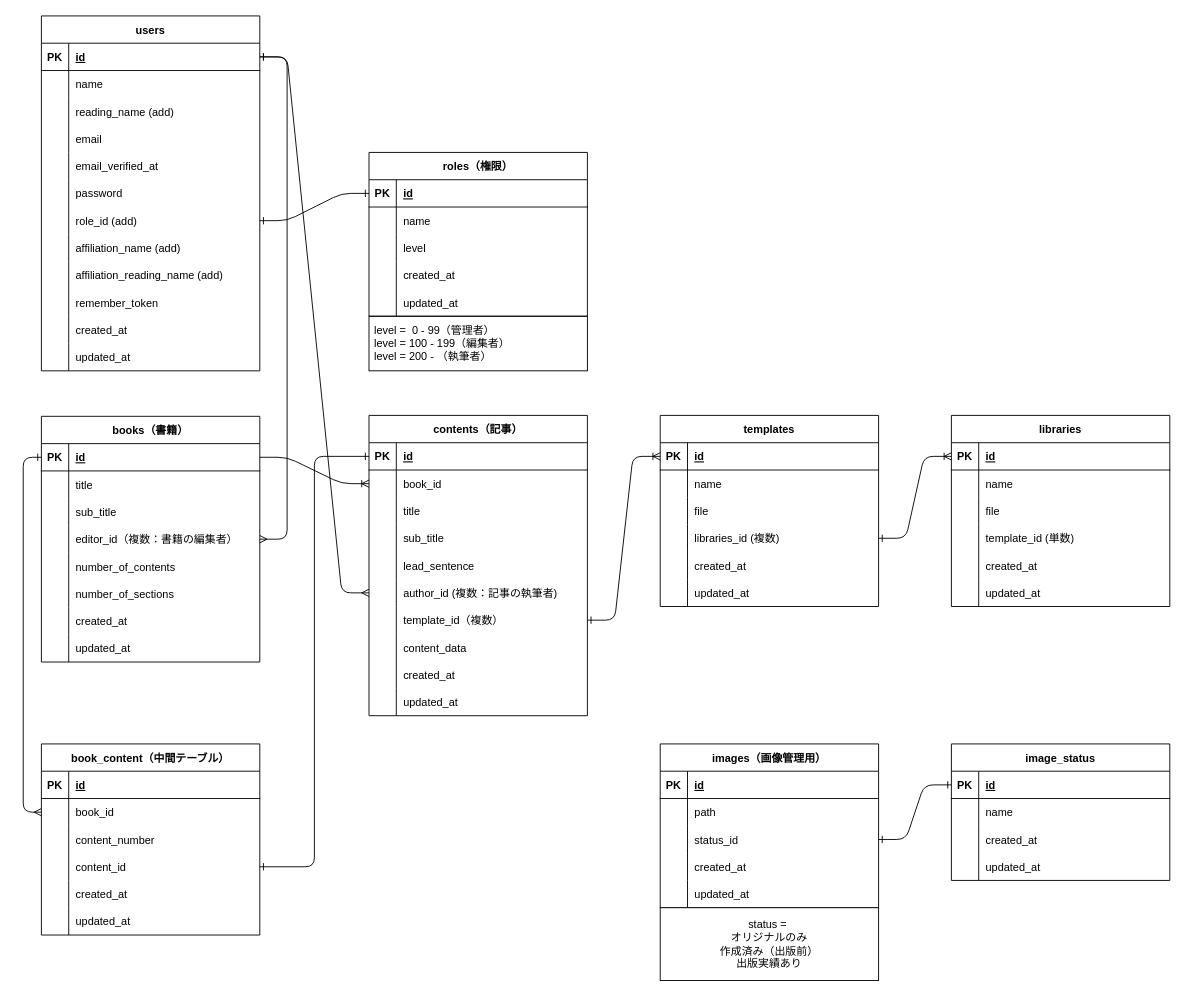
The draw.io diagram _documents/BookWriterDB.drawio in nishi3da/book-writer, before the edit. Source tidied: cells renumbered, new cells numbered last; positions are measured from the earlier drawing's top-left corner, leaving out a move shared by most shapes. Both pictures are drawn from the tidied source at 91%, with x=0, y=0 at pixel (23, 15).
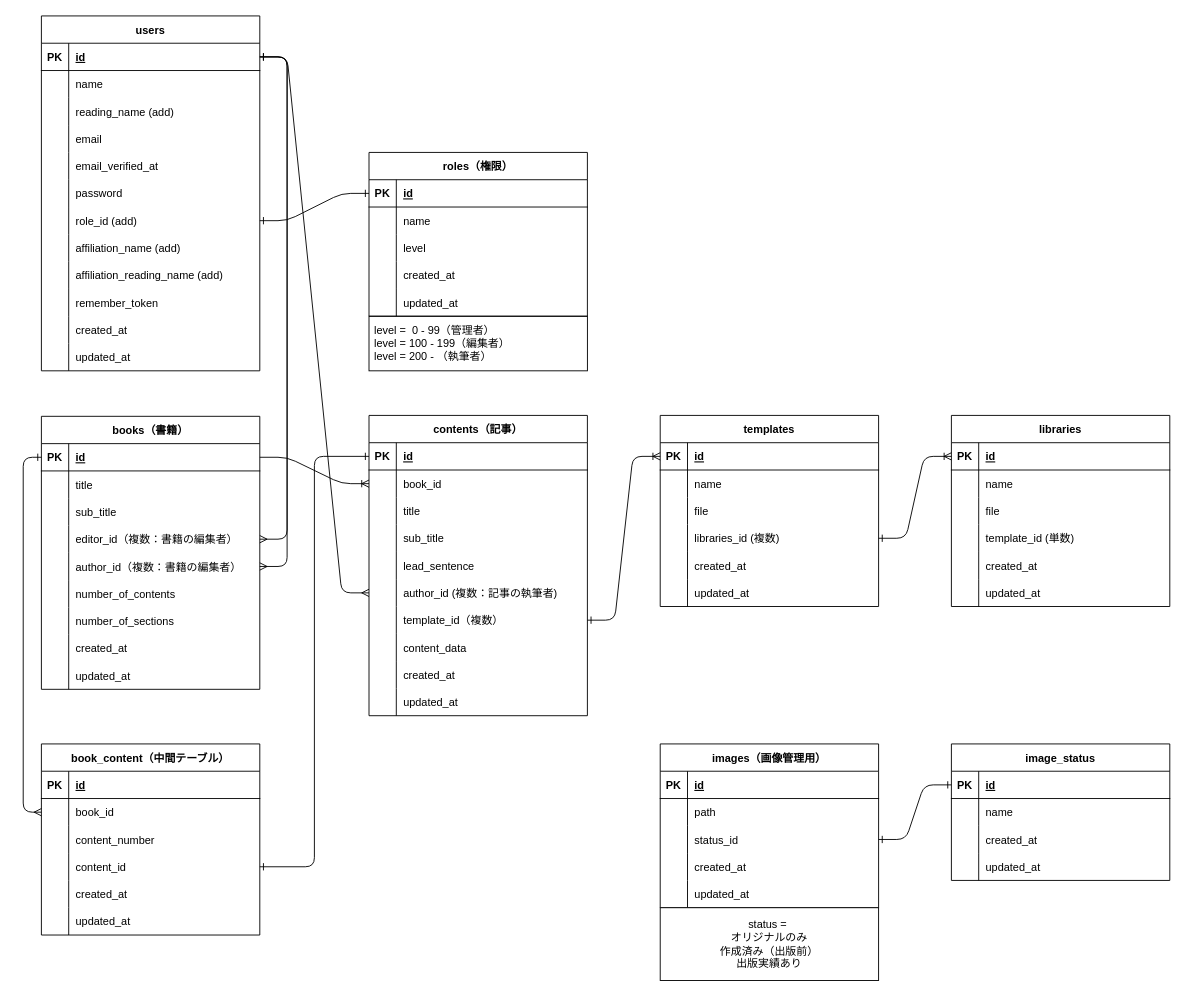
The same page after the edit.

The change refers to these unchanged cells:
```xml
<mxCell id="3" style="shape=tableRow;horizontal=0;startSize=0;swimlaneHead=0;swimlaneBody=0;fillColor=none;points=[[0,0.5],[1,0.5]];portConstraint=eastwest;top=0;left=0;right=0;bottom=1;strokeColor=default;" parent="2" vertex="1">
  <mxGeometry y="30" width="240" height="30" as="geometry" />
</mxCell>
```

The edit, as a diff of the source:
```diff
@@
     <mxCell id="39" value="books（書籍）" style="shape=table;startSize=30;childLayout=tableLayout;rowLines=0;fontStyle=1;align=center;strokeColor=default;" parent="1" vertex="1">
-      <mxGeometry x="20" y="440" width="240" height="270" as="geometry" />
+      <mxGeometry x="20" y="440" width="240" height="300" as="geometry" />
     </mxCell>
@@
+    <mxCell id="208" style="shape=tableRow;horizontal=0;startSize=0;swimlaneHead=0;swimlaneBody=0;fillColor=none;points=[[0,0.5],[1,0.5]];portConstraint=eastwest;top=0;left=0;right=0;bottom=0;strokeColor=default;" parent="39" vertex="1">
+      <mxGeometry y="150" width="240" height="30" as="geometry" />
+    </mxCell>
+    <mxCell id="209" style="shape=partialRectangle;fillColor=none;top=0;left=0;bottom=0;right=0;overflow=hidden;strokeColor=default;" parent="208" vertex="1">
+      <mxGeometry width="30" height="30" as="geometry" />
+    </mxCell>
+    <mxCell id="210" value="author_id（複数：書籍の編集者）" style="shape=partialRectangle;fillColor=none;top=0;left=0;bottom=0;right=0;align=left;spacingLeft=6;overflow=hidden;strokeColor=default;" parent="208" vertex="1">
+      <mxGeometry x="30" width="210" height="30" as="geometry" />
+    </mxCell>
     <mxCell id="52" style="shape=tableRow;horizontal=0;startSize=0;swimlaneHead=0;swimlaneBody=0;fillColor=none;top=0;left=0;right=0;bottom=0;strokeColor=default;" parent="39" vertex="1">
-      <mxGeometry y="150" width="240" height="30" as="geometry" />
+      <mxGeometry y="180" width="240" height="30" as="geometry" />
     </mxCell>
@@
     <mxCell id="55" style="shape=tableRow;horizontal=0;startSize=0;swimlaneHead=0;swimlaneBody=0;fillColor=none;top=0;left=0;right=0;bottom=0;strokeColor=default;" parent="39" vertex="1">
-      <mxGeometry y="180" width="240" height="30" as="geometry" />
+      <mxGeometry y="210" width="240" height="30" as="geometry" />
     </mxCell>
@@
     <mxCell id="58" style="shape=tableRow;horizontal=0;startSize=0;swimlaneHead=0;swimlaneBody=0;fillColor=none;top=0;left=0;right=0;bottom=0;strokeColor=default;" parent="39" vertex="1">
-      <mxGeometry y="210" width="240" height="30" as="geometry" />
+      <mxGeometry y="240" width="240" height="30" as="geometry" />
     </mxCell>
@@
     <mxCell id="61" style="shape=tableRow;horizontal=0;startSize=0;swimlaneHead=0;swimlaneBody=0;fillColor=none;top=0;left=0;right=0;bottom=0;strokeColor=default;" parent="39" vertex="1">
-      <mxGeometry y="240" width="240" height="30" as="geometry" />
+      <mxGeometry y="270" width="240" height="30" as="geometry" />
     </mxCell>
@@
+    <mxCell id="211" style="edgeStyle=entityRelationEdgeStyle;fontSize=12;html=1;endArrow=ERmany;startArrow=ERone;startFill=0;endFill=0;exitX=1;exitY=0.5;exitDx=0;exitDy=0;entryX=1;entryY=0.5;entryDx=0;entryDy=0;" parent="1" edge="1" source="3" target="208">
+      <mxGeometry relative="1" as="geometry" />
+    </mxCell>
```
